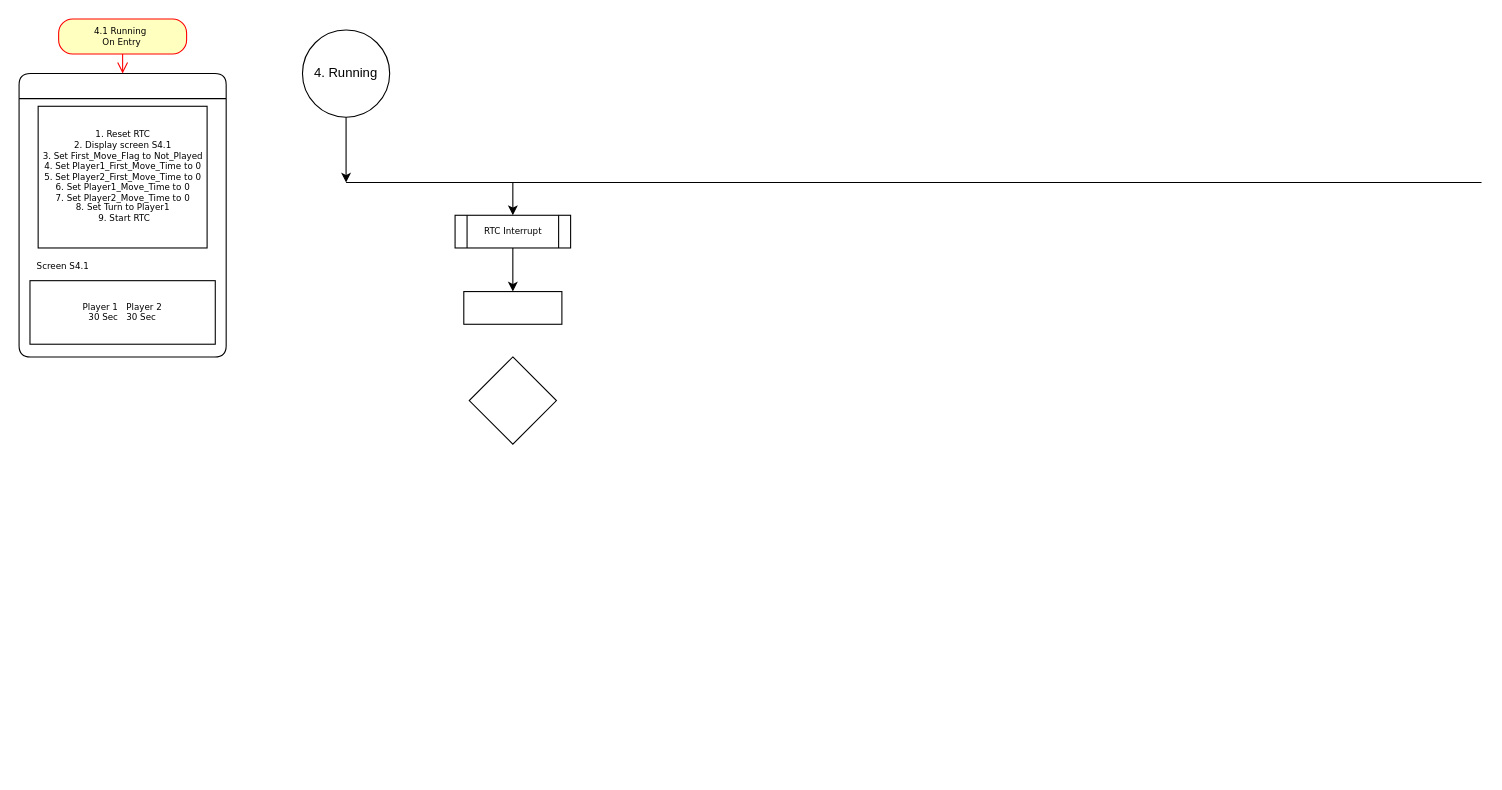
Above: page "4. Starting" (5 of 6) of Chess Clock State Machine.drawio in Eleish98/Chess-Clock (draw.io), before the change. Source tidied: cells renumbered, new cells numbered last; positions are measured from the earlier drawing's top-left corner, leaving out a move shared by most shapes. Both pictures are drawn from the tidied source at 109%, with x=0, y=0 at pixel (19, 19).
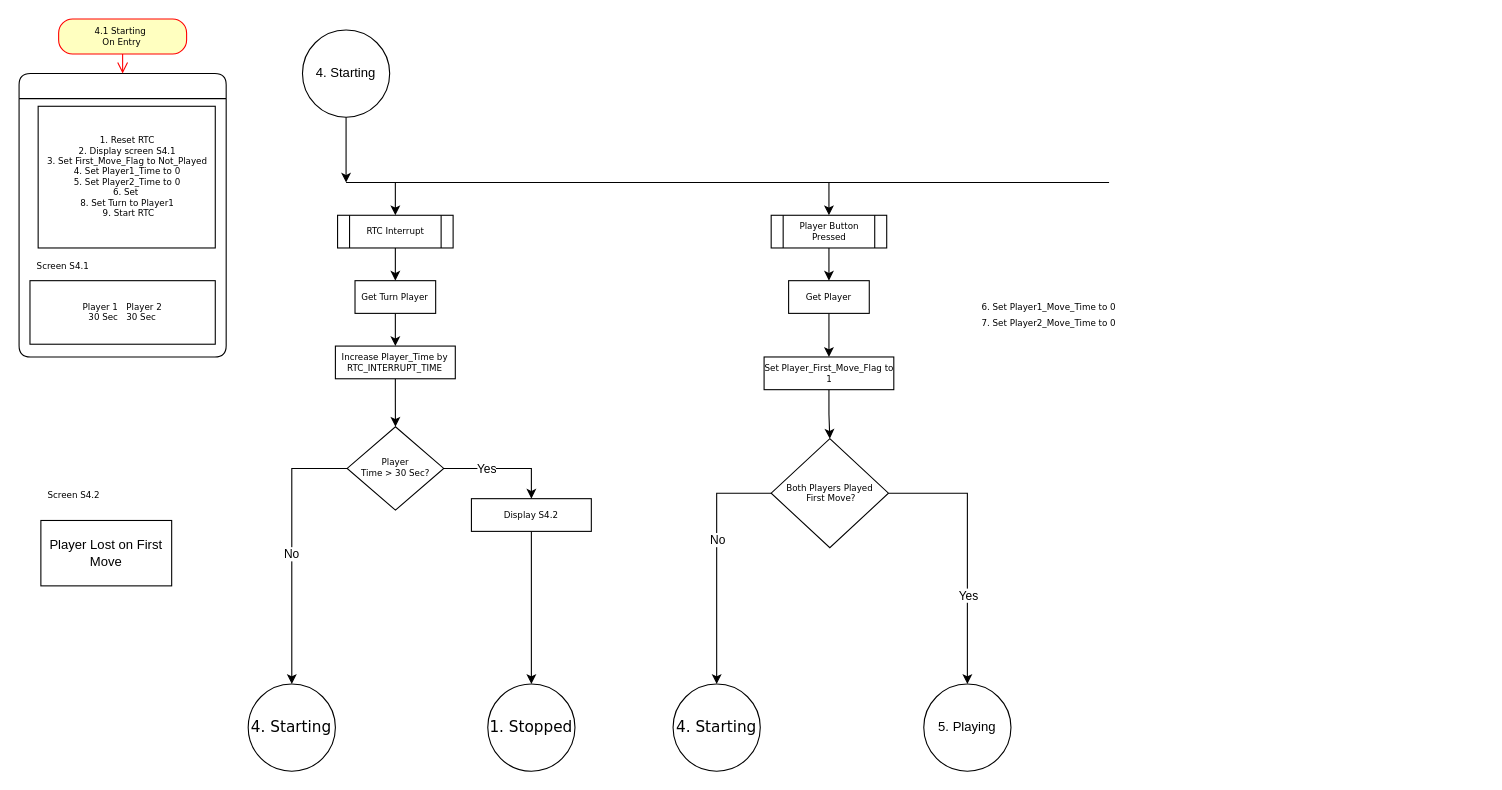
After the change.

The change refers to these unchanged cells:
```xml
<mxCell id="2" style="group;" parent="1" vertex="1">
  <mxGeometry width="190" height="310" as="geometry" />
</mxCell>
<mxCell id="3" style="swimlane;fontFamily=Verdana;fontSize=8;rounded=1;spacing=0;" parent="2" vertex="1">
  <mxGeometry y="50" width="190" height="260" as="geometry" />
</mxCell>
```

The edit, as a diff of the source:
```diff
@@
-    <mxCell id="6" value="1. Reset RTC&#10;2. Display screen S4.1&#10;3. Set First_Move_Flag to Not_Played&#10;4. Set Player1_First_Move_Time to 0&#10;5. Set Player2_First_Move_Time to 0&#10;6. Set Player1_Move_Time to 0&#10;7. Set Player2_Move_Time to 0&#10;8. Set Turn to Player1&#10; 9. Start RTC" style="rounded=0;whiteSpace=wrap;fontFamily=Verdana;fontSize=8;spacing=0;align=center;" parent="3" vertex="1">
-      <mxGeometry x="17.5" y="30" width="155" height="130" as="geometry" />
+    <mxCell id="6" value="1. Reset RTC&#10;2. Display screen S4.1&#10;3. Set First_Move_Flag to Not_Played&#10;4. Set Player1_Time to 0&#10;5. Set Player2_Time to 0&#10;6. Set &#10;8. Set Turn to Player1&#10; 9. Start RTC" style="rounded=0;whiteSpace=wrap;fontFamily=Verdana;fontSize=8;spacing=0;align=center;" parent="3" vertex="1">
+      <mxGeometry x="17.5" y="30" width="162.5" height="130" as="geometry" />
     </mxCell>
-    <mxCell id="7" value="&lt;font style=&quot;font-size: 8px&quot;&gt;4.1 Running&amp;nbsp;&lt;br style=&quot;font-size: 8px&quot;&gt;On Entry&lt;/font&gt;" style="rounded=1;whiteSpace=wrap;html=1;arcSize=40;fontColor=#000000;fillColor=#ffffc0;strokeColor=#ff0000;fontFamily=Verdana;fontSize=8;verticalAlign=middle;spacing=0;horizontal=1;" parent="2" vertex="1">
+    <mxCell id="7" value="&lt;font style=&quot;font-size: 8px&quot;&gt;4.1 Starting&amp;nbsp;&lt;br style=&quot;font-size: 8px&quot;&gt;On Entry&lt;/font&gt;" style="rounded=1;whiteSpace=wrap;html=1;arcSize=40;fontColor=#000000;fillColor=#ffffc0;strokeColor=#ff0000;fontFamily=Verdana;fontSize=8;verticalAlign=middle;spacing=0;horizontal=1;" parent="2" vertex="1">
       <mxGeometry x="36.3" width="117.4" height="32" as="geometry" />
     </mxCell>
@@
-    <mxCell id="9" value="4. Running" style="ellipse;whiteSpace=wrap;html=1;" parent="1" vertex="1">
+    <mxCell id="9" value="4. Starting" style="ellipse;whiteSpace=wrap;html=1;" parent="1" vertex="1">
       <mxGeometry x="260" y="10" width="80" height="80" as="geometry" />
     </mxCell>
     <mxCell id="10" style="endArrow=none;html=1;rounded=0;" parent="1" edge="1">
       <mxGeometry relative="1" as="geometry">
         <mxPoint x="300" y="150" as="sourcePoint" />
-        <mxPoint x="1341.7" y="150" as="targetPoint" />
+        <mxPoint x="1000" y="150" as="targetPoint" />
       </mxGeometry>
     </mxCell>
@@
-    <mxCell id="12" style="edgeStyle=orthogonalEdgeStyle;rounded=0;jettySize=auto;html=1;entryX=0.5;entryY=0;entryDx=0;entryDy=0;" parent="1" edge="1" source="13" target="16">
-      <mxGeometry relative="1" as="geometry" />
-    </mxCell>
+    <mxCell id="17" style="edgeStyle=orthogonalEdgeStyle;rounded=0;jettySize=auto;html=1;entryX=0.5;entryY=0;entryDx=0;entryDy=0;" parent="1" edge="1" source="13" target="22">
+      <mxGeometry relative="1" as="geometry" />
+    </mxCell>
     <mxCell id="13" value="RTC Interrupt" style="shape=process;whiteSpace=wrap;html=1;backgroundOutline=1;fontSize=8;fontFamily=Verdana;rounded=0;spacing=0;" parent="1" vertex="1">
-      <mxGeometry x="400" y="180" width="106" height="30" as="geometry" />
+      <mxGeometry x="292.2" y="180" width="106" height="30" as="geometry" />
     </mxCell>
     <mxCell id="14" style="endArrow=classic;html=1;rounded=0;entryX=0.5;entryY=0;entryDx=0;entryDy=0;" parent="1" edge="1" target="13">
       <mxGeometry relative="1" as="geometry">
-        <mxPoint x="453" y="150" as="sourcePoint" />
+        <mxPoint x="345.2" y="150" as="sourcePoint" />
       </mxGeometry>
     </mxCell>
-    <mxCell id="15" style="rhombus;whiteSpace=wrap;html=1;" parent="1" vertex="1">
-      <mxGeometry x="413" y="310" width="80" height="80" as="geometry" />
-    </mxCell>
-    <mxCell id="16" style="rounded=0;whiteSpace=wrap;html=1;" parent="1" vertex="1">
-      <mxGeometry x="408" y="250" width="90" height="30" as="geometry" />
-    </mxCell>
+    <mxCell id="18" value="&lt;span style=&quot;font-family: &amp;#34;verdana&amp;#34; ; font-size: 8px&quot;&gt;6. Set Player1_Move_Time to 0&lt;/span&gt;&lt;br style=&quot;padding: 0px ; margin: 0px ; font-family: &amp;#34;verdana&amp;#34; ; font-size: 8px&quot;&gt;&lt;span style=&quot;font-family: &amp;#34;verdana&amp;#34; ; font-size: 8px&quot;&gt;7. Set Player2_Move_Time to 0&lt;/span&gt;" style="text;html=1;strokeColor=none;fillColor=none;align=center;verticalAlign=middle;whiteSpace=wrap;rounded=0;" parent="1" vertex="1">
+      <mxGeometry x="850" y="240" width="190" height="60" as="geometry" />
+    </mxCell>
+    <mxCell id="19" style="edgeStyle=orthogonalEdgeStyle;rounded=0;jettySize=auto;html=1;entryX=0.5;entryY=0;entryDx=0;entryDy=0;" parent="1" edge="1" source="20" target="27">
+      <mxGeometry relative="1" as="geometry" />
+    </mxCell>
+    <mxCell id="20" value="Increase Player_Time by RTC_INTERRUPT_TIME" style="rounded=0;whiteSpace=wrap;html=1;fontSize=8;fontFamily=Verdana;spacing=0;" parent="1" vertex="1">
+      <mxGeometry x="290.2" y="300" width="110" height="30" as="geometry" />
+    </mxCell>
+    <mxCell id="21" style="edgeStyle=orthogonalEdgeStyle;rounded=0;jettySize=auto;html=1;entryX=0.5;entryY=0;entryDx=0;entryDy=0;" parent="1" edge="1" source="22" target="20">
+      <mxGeometry relative="1" as="geometry" />
+    </mxCell>
+    <mxCell id="22" value="Get Turn Player" style="rounded=0;whiteSpace=wrap;html=1;fontSize=8;fontFamily=Verdana;spacing=0;" parent="1" vertex="1">
+      <mxGeometry x="308.2" y="240" width="74" height="30" as="geometry" />
+    </mxCell>
+    <mxCell id="23" style="edgeStyle=orthogonalEdgeStyle;rounded=0;jettySize=auto;html=1;entryX=0.5;entryY=0;entryDx=0;entryDy=0;" parent="1" edge="1" source="27" target="28">
+      <mxGeometry relative="1" as="geometry" />
+    </mxCell>
+    <mxCell id="24" value="No" style="edgeLabel;html=1;align=center;verticalAlign=middle;" parent="23" vertex="1">
+      <mxGeometry x="0.04" y="-1" relative="1" as="geometry" />
+    </mxCell>
+    <mxCell id="25" style="edgeStyle=orthogonalEdgeStyle;rounded=0;jettySize=auto;html=1;entryX=0.5;entryY=0;entryDx=0;entryDy=0;" parent="1" edge="1" source="27" target="30">
+      <mxGeometry relative="1" as="geometry" />
+    </mxCell>
+    <mxCell id="26" value="Yes" style="edgeLabel;html=1;align=center;verticalAlign=middle;" parent="25" vertex="1">
+      <mxGeometry x="-0.18" y="2" relative="1" as="geometry">
+        <mxPoint x="-5" y="2" as="offset" />
+      </mxGeometry>
+    </mxCell>
+    <mxCell id="27" value="Player &lt;br&gt;Time &amp;gt; 30 Sec?" style="rhombus;whiteSpace=wrap;html=1;fontSize=8;fontFamily=Verdana;rounded=0;spacing=0;" parent="1" vertex="1">
+      <mxGeometry x="301" y="374" width="88.6" height="76.5" as="geometry" />
+    </mxCell>
+    <mxCell id="28" value="4. Starting" style="ellipse;whiteSpace=wrap;html=1;fontSize=14;fontFamily=Verdana;rounded=1;" parent="1" vertex="1">
+      <mxGeometry x="210.2" y="610" width="80" height="80" as="geometry" />
+    </mxCell>
+    <mxCell id="29" style="edgeStyle=orthogonalEdgeStyle;rounded=0;jettySize=auto;html=1;" parent="1" edge="1" source="30" target="31">
+      <mxGeometry relative="1" as="geometry" />
+    </mxCell>
+    <mxCell id="30" value="Display S4.2" style="rounded=0;whiteSpace=wrap;html=1;fontSize=8;fontFamily=Verdana;spacing=0;" parent="1" vertex="1">
+      <mxGeometry x="415" y="440" width="110" height="30" as="geometry" />
+    </mxCell>
+    <mxCell id="31" value="1. Stopped" style="ellipse;whiteSpace=wrap;html=1;fontSize=14;fontFamily=Verdana;rounded=1;" parent="1" vertex="1">
+      <mxGeometry x="430" y="610" width="80" height="80" as="geometry" />
+    </mxCell>
+    <mxCell id="32" value="Player Lost on First Move" style="rounded=0;whiteSpace=wrap;html=1;" parent="1" vertex="1">
+      <mxGeometry x="20" y="460" width="120" height="60" as="geometry" />
+    </mxCell>
+    <mxCell id="33" value="&lt;font style=&quot;font-size: 8px&quot;&gt;Screen S4.2&lt;/font&gt;" style="text;html=1;align=center;verticalAlign=middle;strokeColor=none;fillColor=none;fontSize=14;fontFamily=Verdana;rounded=1;" parent="1" vertex="1">
+      <mxGeometry x="20" y="420" width="60" height="30" as="geometry" />
+    </mxCell>
+    <mxCell id="34" style="edgeStyle=orthogonalEdgeStyle;rounded=0;jettySize=auto;html=1;" parent="1" edge="1" source="35" target="37">
+      <mxGeometry relative="1" as="geometry" />
+    </mxCell>
+    <mxCell id="35" value="Player Button Pressed" style="shape=process;whiteSpace=wrap;html=1;backgroundOutline=1;fontSize=8;fontFamily=Verdana;rounded=0;spacing=0;" parent="1" vertex="1">
+      <mxGeometry x="690" y="180" width="106" height="30" as="geometry" />
+    </mxCell>
+    <mxCell id="36" style="edgeStyle=orthogonalEdgeStyle;rounded=0;jettySize=auto;html=1;" parent="1" edge="1" source="37" target="39">
+      <mxGeometry relative="1" as="geometry" />
+    </mxCell>
+    <mxCell id="37" value="Get Player" style="whiteSpace=wrap;html=1;fontSize=8;fontFamily=Verdana;rounded=0;spacing=0;" parent="1" vertex="1">
+      <mxGeometry x="706" y="240" width="74" height="30" as="geometry" />
+    </mxCell>
+    <mxCell id="38" style="edgeStyle=orthogonalEdgeStyle;rounded=0;jettySize=auto;html=1;entryX=0.5;entryY=0;entryDx=0;entryDy=0;" parent="1" edge="1" source="39" target="44">
+      <mxGeometry relative="1" as="geometry" />
+    </mxCell>
+    <mxCell id="39" value="Set Player_First_Move_Flag to 1" style="whiteSpace=wrap;html=1;fontSize=8;fontFamily=Verdana;rounded=0;spacing=0;" parent="1" vertex="1">
+      <mxGeometry x="683.5" y="310" width="119" height="30" as="geometry" />
+    </mxCell>
+    <mxCell id="40" style="edgeStyle=orthogonalEdgeStyle;rounded=0;jettySize=auto;html=1;entryX=0.5;entryY=0;entryDx=0;entryDy=0;" parent="1" edge="1" source="44" target="47">
+      <mxGeometry relative="1" as="geometry" />
+    </mxCell>
+    <mxCell id="41" value="No" style="edgeLabel;html=1;align=center;verticalAlign=middle;" parent="40" vertex="1">
+      <mxGeometry x="-0.18" relative="1" as="geometry" />
+    </mxCell>
+    <mxCell id="42" style="edgeStyle=orthogonalEdgeStyle;rounded=0;jettySize=auto;html=1;entryX=0.5;entryY=0;entryDx=0;entryDy=0;exitX=1;exitY=0.5;exitDx=0;exitDy=0;" parent="1" edge="1" source="44" target="45">
+      <mxGeometry relative="1" as="geometry" />
+    </mxCell>
+    <mxCell id="43" value="Yes" style="edgeLabel;html=1;align=center;verticalAlign=middle;" parent="42" vertex="1">
+      <mxGeometry x="0.19" y="-1" relative="1" as="geometry">
+        <mxPoint x="1" y="19" as="offset" />
+      </mxGeometry>
+    </mxCell>
+    <mxCell id="44" value="Both Players Played&lt;br&gt;&amp;nbsp;First Move?" style="rhombus;whiteSpace=wrap;html=1;fontSize=8;fontFamily=Verdana;rounded=0;spacing=0;" parent="1" vertex="1">
+      <mxGeometry x="690" y="385" width="107.6" height="100" as="geometry" />
+    </mxCell>
+    <mxCell id="45" value="5. Playing" style="ellipse;whiteSpace=wrap;html=1;" parent="1" vertex="1">
+      <mxGeometry x="830" y="610" width="80" height="80" as="geometry" />
+    </mxCell>
+    <mxCell id="46" style="endArrow=classic;html=1;rounded=0;entryX=0.5;entryY=0;entryDx=0;entryDy=0;" parent="1" edge="1" target="35">
+      <mxGeometry relative="1" as="geometry">
+        <mxPoint x="743" y="150" as="sourcePoint" />
+      </mxGeometry>
+    </mxCell>
+    <mxCell id="47" value="4. Starting" style="ellipse;whiteSpace=wrap;html=1;fontSize=14;fontFamily=Verdana;rounded=1;" parent="1" vertex="1">
+      <mxGeometry x="600" y="610" width="80" height="80" as="geometry" />
+    </mxCell>
```
